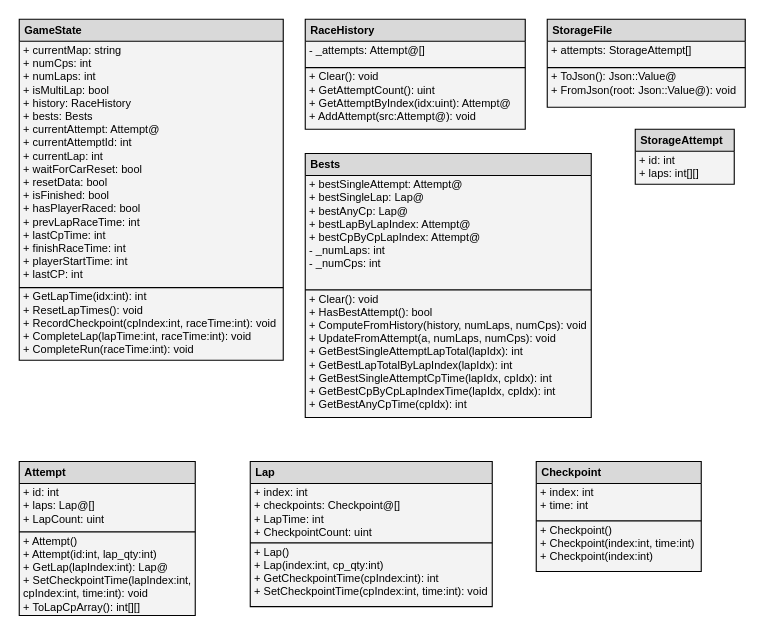
Before: diagrams/drawio/class_diagrams.drawio in nolanvargas/Weekly-Grand-Splits, a draw.io diagram. Source tidied: cells renumbered, new cells numbered last; positions are measured from the earlier drawing's top-left corner, leaving out a move shared by most shapes. Both pictures are drawn from the tidied source at 110%, with x=0, y=0 at pixel (19, 19).
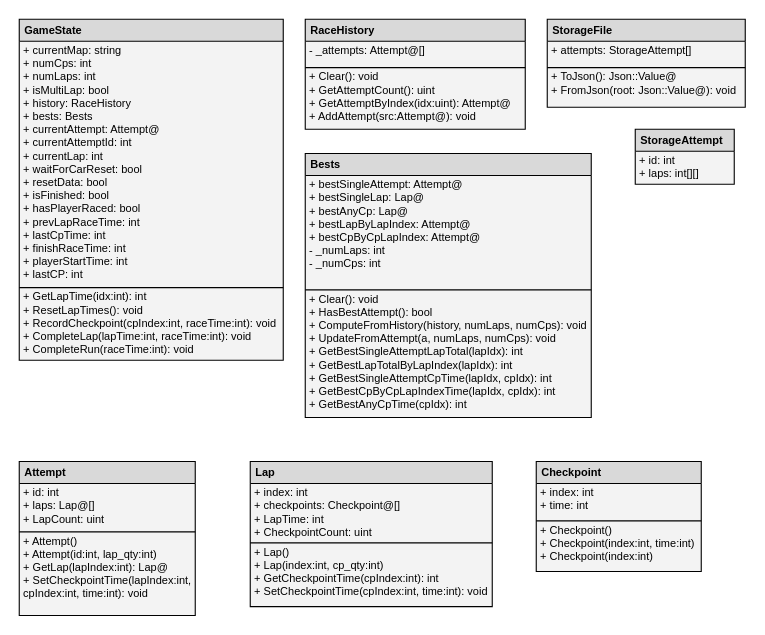
After the change.

Unchanged cells that the change refers to:
```xml
<mxCell id="24" value="Attempt" style="swimlane;backgroundColor=#d9d9d9;fontStyle=1;align=left;verticalAlign=top;horizontal=1;startSize=20;fillStyle=solid;strokeWidth=1;fontFamily=Helvetica;fontSize=10;fillColor=#D9D9D9;labelBackgroundColor=none;swimlaneFillColor=#f3f3f3;spacingBottom=5;spacingTop=-2;spacingLeft=3;" parent="1" vertex="1">
  <mxGeometry y="402" width="160" height="140" as="geometry" />
</mxCell>
```

The edit, as a diff of the source:
```diff
@@
-    <mxCell id="27" value="&lt;div&gt;&lt;span style=&quot;background-color: transparent; color: light-dark(rgb(0, 0, 0), rgb(255, 255, 255));&quot;&gt;+ Attempt()&lt;/span&gt;&lt;/div&gt;&lt;div&gt;+ Attempt(id:int, lap_qty:int)&lt;/div&gt;&lt;div&gt;+ GetLap(lapIndex:int): Lap@&lt;/div&gt;&lt;div&gt;+ SetCheckpointTime(lapIndex:int, cpIndex:int, time:int): void&lt;/div&gt;&lt;div&gt;+ ToLapCpArray(): int[][]&lt;/div&gt;" style="text;html=1;strokeColor=none;fillColor=none;align=left;verticalAlign=top;whiteSpace=wrap;rounded=0;labelBackgroundColor=none;fillStyle=solid;strokeWidth=1;fontFamily=Helvetica;fontSize=10;spacingTop=-8;spacingLeft=2;" parent="24" vertex="1">
+    <mxCell id="27" value="&lt;div&gt;&lt;span style=&quot;background-color: transparent; color: light-dark(rgb(0, 0, 0), rgb(255, 255, 255));&quot;&gt;+ Attempt()&lt;/span&gt;&lt;/div&gt;&lt;div&gt;+ Attempt(id:int, lap_qty:int)&lt;/div&gt;&lt;div&gt;+ GetLap(lapIndex:int): Lap@&lt;/div&gt;&lt;div&gt;+ SetCheckpointTime(lapIndex:int, cpIndex:int, time:int): void&lt;/div&gt;" style="text;html=1;strokeColor=none;fillColor=none;align=left;verticalAlign=top;whiteSpace=wrap;rounded=0;labelBackgroundColor=none;fillStyle=solid;strokeWidth=1;fontFamily=Helvetica;fontSize=10;spacingTop=-8;spacingLeft=2;" parent="24" vertex="1">
       <mxGeometry y="68" width="160" height="72" as="geometry" />
     </mxCell>
```
